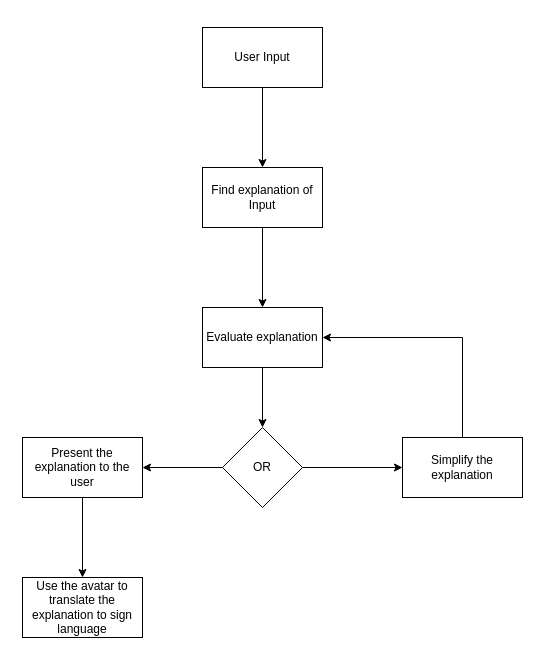
This is diagrams/diagram1.drawio from whzd/thesis, a draw.io file, before an edit. Source tidied: cells renumbered, new cells numbered last; positions are measured from the earlier drawing's top-left corner, leaving out a move shared by most shapes. Both pictures are drawn from the tidied source at 100%, with x=0, y=0 at pixel (22, 27).
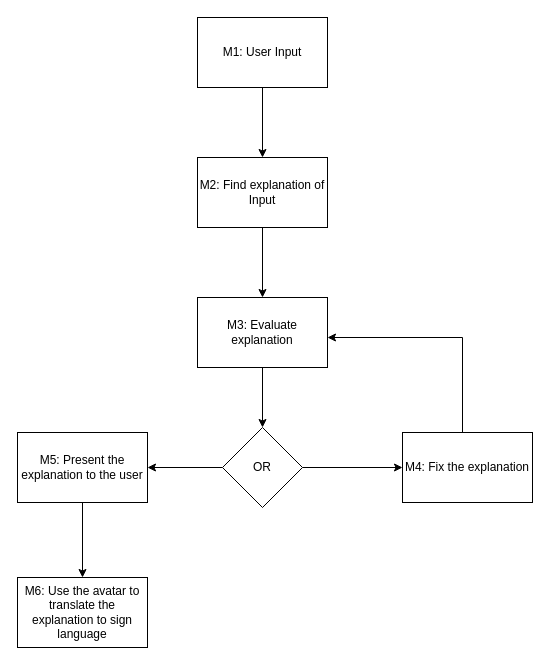
Above is the later version.

Diff of the diagram source:
```diff
@@
 <mxGraphModel>
   <root>
     <mxCell id="0" />
     <mxCell id="1" parent="0" />
     <mxCell id="2" style="edgeStyle=orthogonalEdgeStyle;rounded=0;jettySize=auto;html=1;" parent="1" edge="1" source="3" target="5">
       <mxGeometry relative="1" as="geometry" />
     </mxCell>
-    <mxCell id="3" value="User Input" style="rounded=0;whiteSpace=wrap;html=1;" parent="1" vertex="1">
-      <mxGeometry x="180" width="120" height="60" as="geometry" />
+    <mxCell id="3" value="M1: User Input" style="rounded=0;whiteSpace=wrap;html=1;" parent="1" vertex="1">
+      <mxGeometry x="175" y="-10" width="130" height="70" as="geometry" />
     </mxCell>
     <mxCell id="4" style="edgeStyle=orthogonalEdgeStyle;rounded=0;jettySize=auto;html=1;" parent="1" edge="1" source="5" target="7">
       <mxGeometry relative="1" as="geometry" />
     </mxCell>
-    <mxCell id="5" value="Find explanation of Input" style="rounded=0;whiteSpace=wrap;html=1;" parent="1" vertex="1">
-      <mxGeometry x="180" y="140" width="120" height="60" as="geometry" />
+    <mxCell id="5" value="M2: Find explanation of Input" style="rounded=0;whiteSpace=wrap;html=1;" parent="1" vertex="1">
+      <mxGeometry x="175" y="130" width="130" height="70" as="geometry" />
     </mxCell>
     <mxCell id="6" style="edgeStyle=orthogonalEdgeStyle;rounded=0;jettySize=auto;html=1;" parent="1" edge="1" source="7" target="10">
       <mxGeometry relative="1" as="geometry" />
     </mxCell>
-    <mxCell id="7" value="Evaluate explanation" style="rounded=0;whiteSpace=wrap;html=1;" parent="1" vertex="1">
-      <mxGeometry x="180" y="280" width="120" height="60" as="geometry" />
+    <mxCell id="7" value="M3: Evaluate explanation" style="rounded=0;whiteSpace=wrap;html=1;" parent="1" vertex="1">
+      <mxGeometry x="175" y="270" width="130" height="70" as="geometry" />
     </mxCell>
     <mxCell id="8" style="edgeStyle=orthogonalEdgeStyle;rounded=0;jettySize=auto;html=1;" parent="1" edge="1" source="10" target="12">
       <mxGeometry relative="1" as="geometry" />
     </mxCell>
     <mxCell id="9" style="edgeStyle=orthogonalEdgeStyle;rounded=0;jettySize=auto;html=1;" parent="1" edge="1" source="10" target="14">
       <mxGeometry relative="1" as="geometry" />
     </mxCell>
     <mxCell id="10" value="OR" style="rhombus;whiteSpace=wrap;html=1;" parent="1" vertex="1">
       <mxGeometry x="200" y="400" width="80" height="80" as="geometry" />
     </mxCell>
     <mxCell id="11" style="edgeStyle=orthogonalEdgeStyle;rounded=0;jettySize=auto;html=1;" parent="1" edge="1" source="12" target="15">
       <mxGeometry relative="1" as="geometry" />
     </mxCell>
-    <mxCell id="12" value="Present the explanation to the user" style="rounded=0;whiteSpace=wrap;html=1;" parent="1" vertex="1">
-      <mxGeometry y="410" width="120" height="60" as="geometry" />
+    <mxCell id="12" value="M5: Present the explanation to the user" style="rounded=0;whiteSpace=wrap;html=1;" parent="1" vertex="1">
+      <mxGeometry x="-5" y="405" width="130" height="70" as="geometry" />
     </mxCell>
     <mxCell id="13" style="edgeStyle=orthogonalEdgeStyle;rounded=0;jettySize=auto;html=1;" parent="1" edge="1" source="14" target="7">
       <mxGeometry relative="1" as="geometry">
         <Array as="points">
           <mxPoint x="440" y="310" />
         </Array>
       </mxGeometry>
     </mxCell>
-    <mxCell id="14" value="Simplify the explanation" style="rounded=0;whiteSpace=wrap;html=1;" parent="1" vertex="1">
-      <mxGeometry x="380" y="410" width="120" height="60" as="geometry" />
+    <mxCell id="14" value="M4: Fix the explanation" style="rounded=0;whiteSpace=wrap;html=1;" parent="1" vertex="1">
+      <mxGeometry x="380" y="405" width="130" height="70" as="geometry" />
     </mxCell>
-    <mxCell id="15" value="Use the avatar to translate the explanation to sign language" style="rounded=0;whiteSpace=wrap;html=1;" parent="1" vertex="1">
-      <mxGeometry y="550" width="120" height="60" as="geometry" />
+    <mxCell id="15" value="M6: Use the avatar to translate the explanation to sign language" style="rounded=0;whiteSpace=wrap;html=1;" parent="1" vertex="1">
+      <mxGeometry x="-5" y="550" width="130" height="70" as="geometry" />
     </mxCell>
   </root>
 </mxGraphModel>
```
